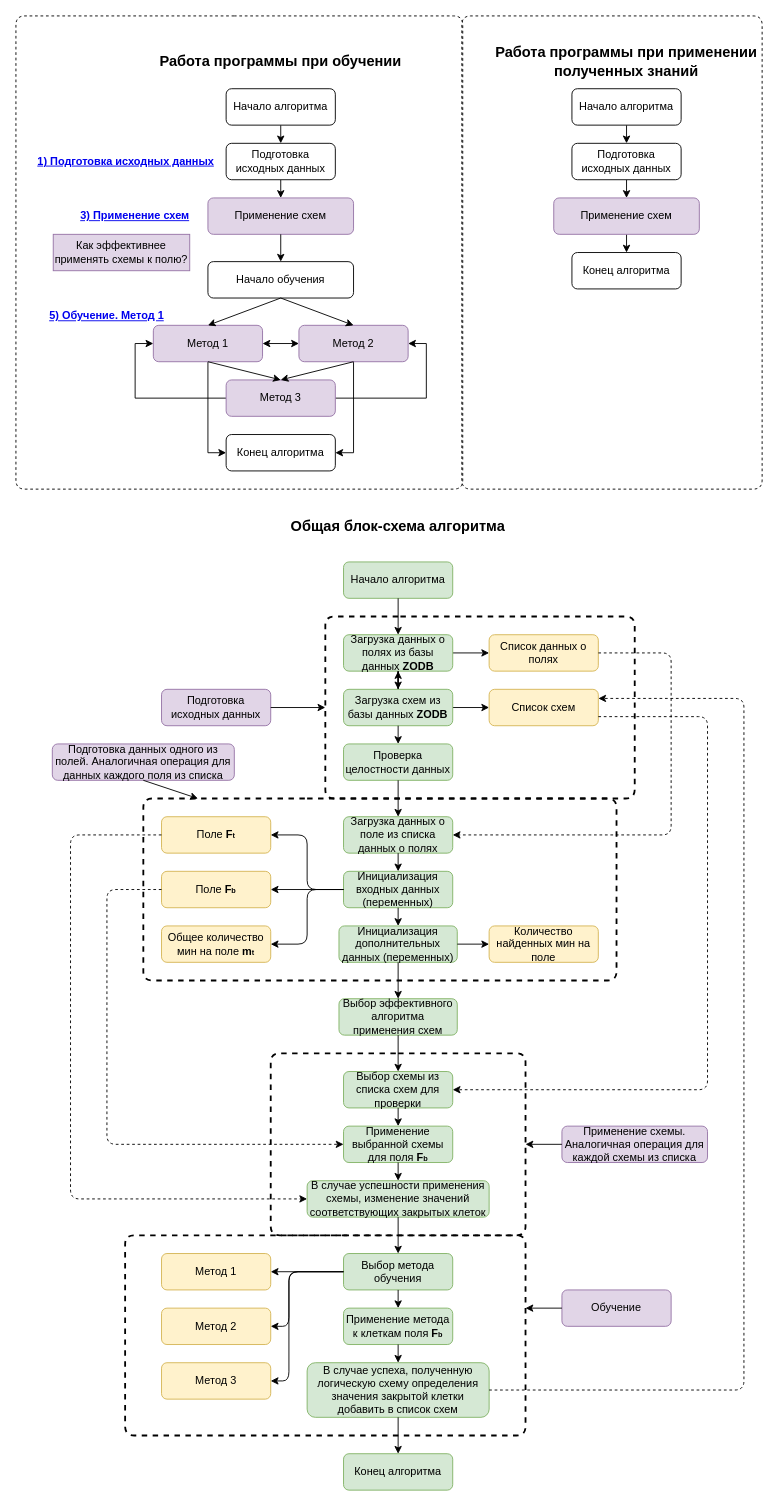
This is page "Блок-схема" (4 of 13) of docs/Сапёр. Описание работы.drawio from xex238/Diploma_2022, a draw.io file, before an edit. Source tidied: cells renumbered, new cells numbered last; positions are measured from the earlier drawing's top-left corner, leaving out a move shared by most shapes. Both pictures are drawn from the tidied source at 91%, with x=0, y=0 at pixel (15, 15).
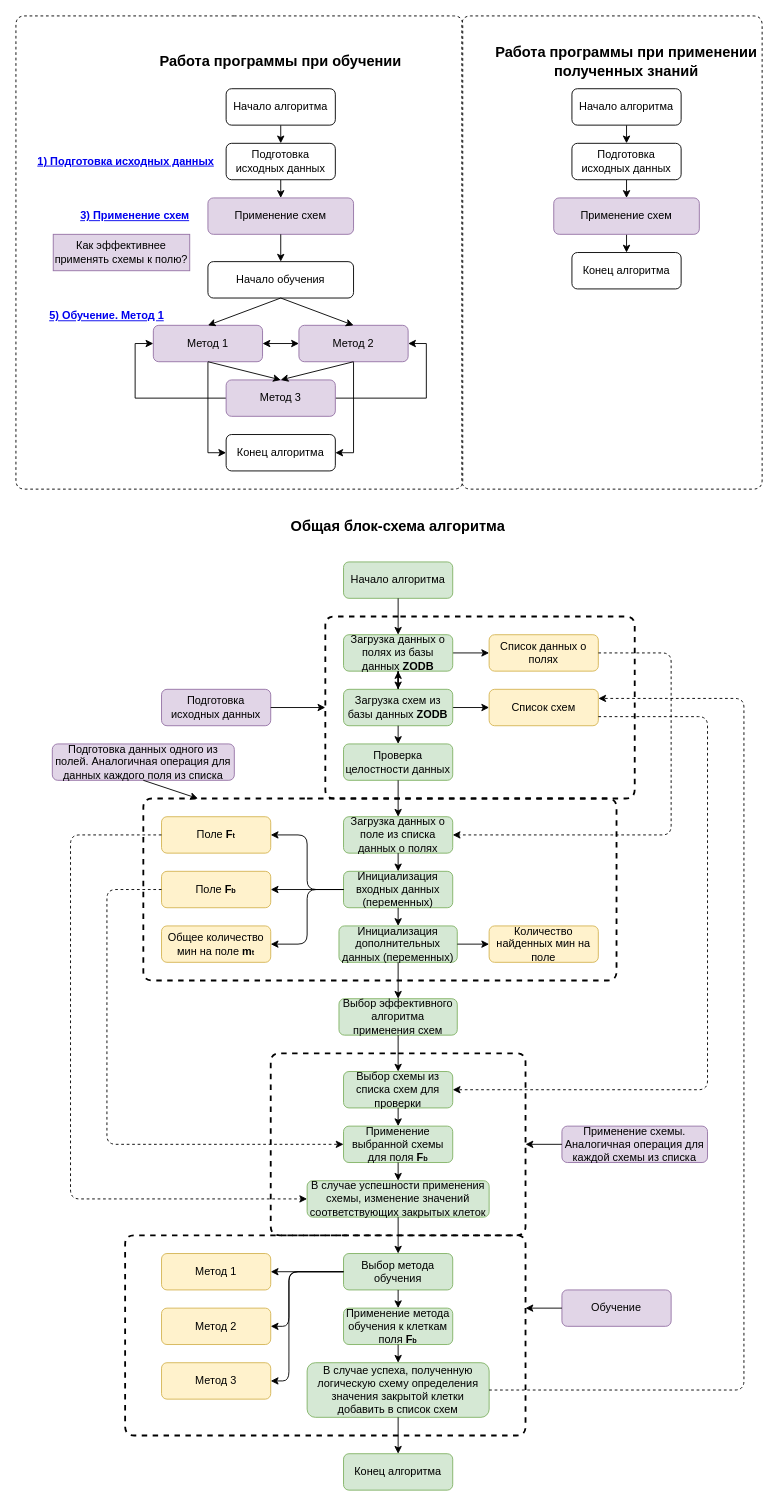
The same diagram, later.

What changed in the source:
```diff
@@
-    <mxCell id="89" value="Применение метода к клеткам поля &lt;b&gt;F&lt;font style=&quot;font-size: 8px&quot;&gt;b&lt;/font&gt;&lt;/b&gt;" style="rounded=1;whiteSpace=wrap;html=1;fillColor=#d5e8d4;strokeColor=#82b366;" parent="1" vertex="1">
+    <mxCell id="89" value="Применение метода обучения к клеткам поля &lt;b&gt;F&lt;font style=&quot;font-size: 8px&quot;&gt;b&lt;/font&gt;&lt;/b&gt;" style="rounded=1;whiteSpace=wrap;html=1;fillColor=#d5e8d4;strokeColor=#82b366;" parent="1" vertex="1">
       <mxGeometry x="360" y="1420" width="120" height="40" as="geometry" />
     </mxCell>
```
